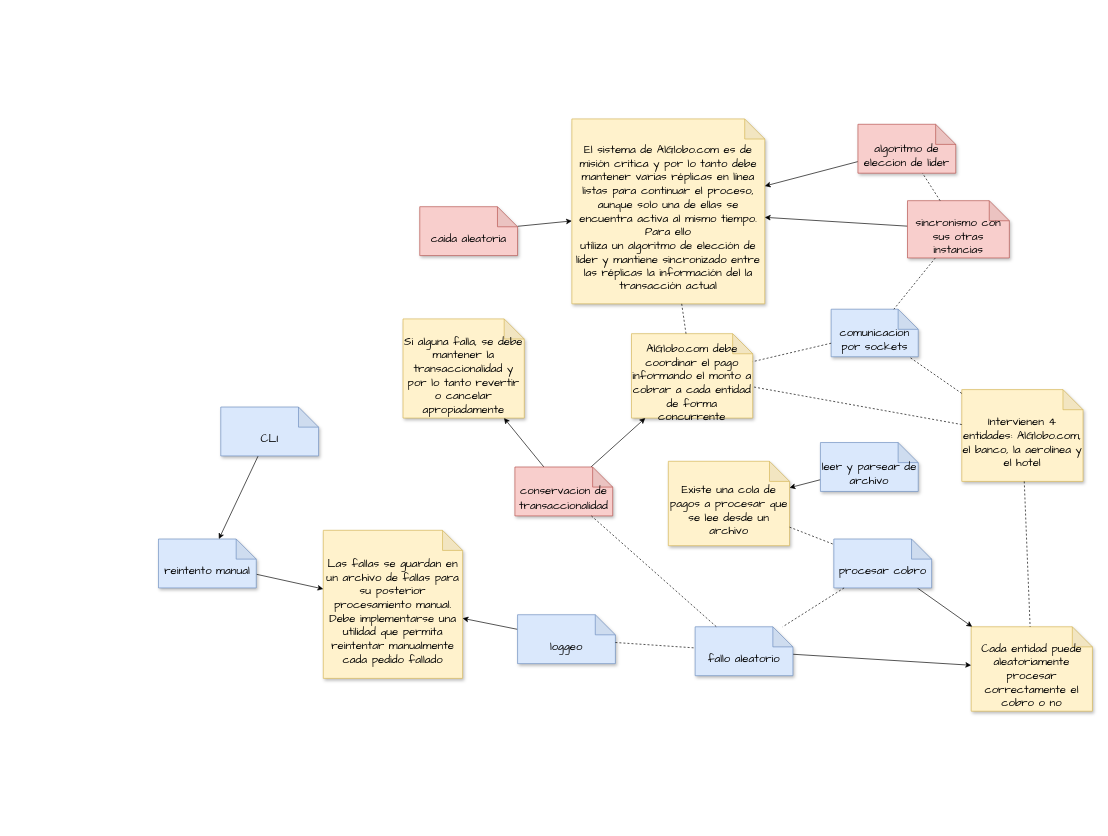
Earlier version of the draw.io diagram tp2 concurrentes.drawio (axelmpm/PARALELOPIPEDO_CONCURRENTES_TP2). Source tidied: cells renumbered, new cells numbered last; positions are measured from the earlier drawing's top-left corner, leaving out a move shared by most shapes. Both pictures are drawn from the tidied source at 67%, with x=0, y=0 at pixel (158, 119).
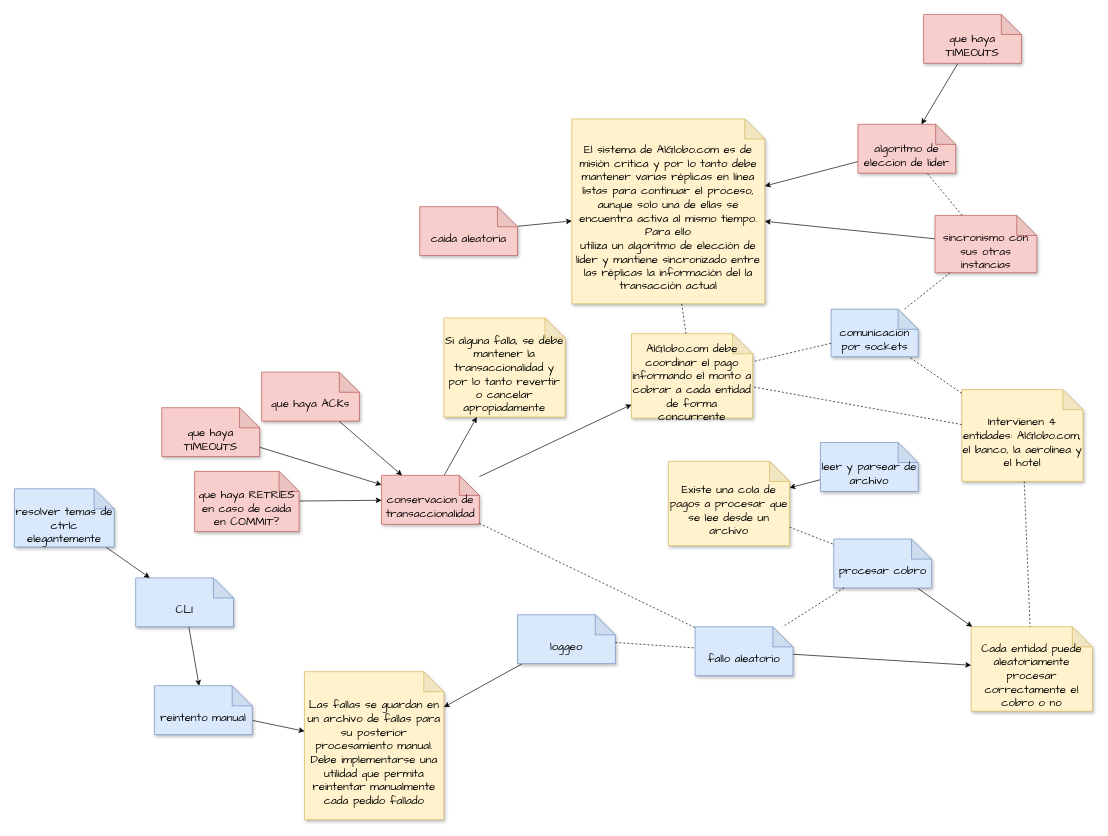
The same page after the edit.

Unchanged cells that the change refers to:
```xml
<mxCell id="29" value="&lt;font face=&quot;Comic Sans MS&quot; style=&quot;font-size: 17px&quot;&gt;&lt;br&gt;algoritmo de eleccion de lider&lt;/font&gt;" style="shape=note;whiteSpace=wrap;html=1;backgroundOutline=1;darkOpacity=0.05;shadow=1;sketch=0;fillColor=#f8cecc;strokeColor=#b85450;" parent="1" vertex="1">
  <mxGeometry x="1044" y="8" width="146" height="73" as="geometry" />
</mxCell>
```

Diff of the diagram source:
```diff
@@
     <mxCell id="6" value="&lt;font style=&quot;font-size: 17px&quot; face=&quot;Comic Sans MS&quot;&gt;&lt;font style=&quot;font-size: 17px&quot;&gt;&lt;font style=&quot;font-size: 17px&quot;&gt;&lt;font style=&quot;font-size: 17px&quot;&gt;&lt;br&gt;&lt;/font&gt;&lt;/font&gt;&lt;/font&gt;Si alguna falla, se debe mantener la transaccionalidad y por lo tanto revertir o cancelar apropiadamente&lt;/font&gt;&lt;font face=&quot;Comic Sans MS&quot; style=&quot;font-size: 17px&quot;&gt;&lt;br&gt;&lt;/font&gt;" style="shape=note;whiteSpace=wrap;html=1;backgroundOutline=1;darkOpacity=0.05;shadow=1;sketch=0;fillColor=#fff2cc;strokeColor=#d6b656;" parent="1" vertex="1">
-      <mxGeometry x="365" y="298.5" width="181" height="148" as="geometry" />
+      <mxGeometry x="426" y="297" width="181" height="148" as="geometry" />
     </mxCell>
     <mxCell id="7" value="&lt;font style=&quot;font-size: 17px&quot; face=&quot;Comic Sans MS&quot;&gt;&lt;font style=&quot;font-size: 17px&quot;&gt;&lt;font style=&quot;font-size: 17px&quot;&gt;&lt;font style=&quot;font-size: 17px&quot;&gt;&lt;font style=&quot;font-size: 17px&quot;&gt;&lt;font style=&quot;font-size: 17px&quot;&gt;&lt;br&gt;&lt;/font&gt;&lt;/font&gt;&lt;/font&gt;&lt;/font&gt;&lt;/font&gt;&lt;/font&gt;&lt;font style=&quot;font-size: 17px&quot; face=&quot;Comic Sans MS&quot;&gt;Las fallas se guardan en un archivo de fallas para su posterior &lt;br&gt;procesamiento manual. Debe implementarse una utilidad que permita &lt;br&gt;reintentar manualmente cada pedido fallado&lt;/font&gt;&lt;font face=&quot;Comic Sans MS&quot; style=&quot;font-size: 17px&quot;&gt;&lt;br&gt;&lt;/font&gt;" style="shape=note;whiteSpace=wrap;html=1;backgroundOutline=1;darkOpacity=0.05;shadow=1;sketch=0;fillColor=#fff2cc;strokeColor=#d6b656;" parent="1" vertex="1">
-      <mxGeometry x="246" y="614" width="208" height="221" as="geometry" />
+      <mxGeometry x="218" y="825" width="208" height="221" as="geometry" />
     </mxCell>
@@
     <mxCell id="19" value="&lt;font face=&quot;Comic Sans MS&quot; style=&quot;font-size: 17px&quot;&gt;&lt;br&gt;reintento manual&lt;br&gt;&lt;/font&gt;" style="shape=note;whiteSpace=wrap;html=1;backgroundOutline=1;darkOpacity=0.05;shadow=1;sketch=0;fillColor=#dae8fc;strokeColor=#6c8ebf;" parent="1" vertex="1">
-      <mxGeometry y="627" width="146" height="73" as="geometry" />
+      <mxGeometry x="-6" y="846" width="146" height="73" as="geometry" />
     </mxCell>
@@
     <mxCell id="22" value="&lt;font face=&quot;Comic Sans MS&quot; style=&quot;font-size: 17px&quot;&gt;&lt;br&gt;conservacion de transaccionalidad&lt;/font&gt;" style="shape=note;whiteSpace=wrap;html=1;backgroundOutline=1;darkOpacity=0.05;shadow=1;sketch=0;fillColor=#f8cecc;strokeColor=#b85450;" parent="1" vertex="1">
-      <mxGeometry x="532" y="519.5" width="146" height="73" as="geometry" />
+      <mxGeometry x="333" y="532" width="146" height="73" as="geometry" />
     </mxCell>
@@
     <mxCell id="31" value="&lt;font face=&quot;Comic Sans MS&quot; style=&quot;font-size: 17px&quot;&gt;&lt;br&gt;sincronismo con sus otras instancias&lt;/font&gt;" style="shape=note;whiteSpace=wrap;html=1;backgroundOutline=1;darkOpacity=0.05;shadow=1;sketch=0;fillColor=#f8cecc;strokeColor=#b85450;" parent="1" vertex="1">
-      <mxGeometry x="1118" y="122" width="152" height="85.5" as="geometry" />
+      <mxGeometry x="1159" y="144" width="152" height="85.5" as="geometry" />
     </mxCell>
@@
     <mxCell id="40" value="&lt;font face=&quot;Comic Sans MS&quot; style=&quot;font-size: 17px&quot;&gt;&lt;br&gt;CLI&lt;br&gt;&lt;/font&gt;" style="shape=note;whiteSpace=wrap;html=1;backgroundOutline=1;darkOpacity=0.05;shadow=1;sketch=0;fillColor=#dae8fc;strokeColor=#6c8ebf;" parent="1" vertex="1">
-      <mxGeometry x="93" y="430" width="146" height="73" as="geometry" />
+      <mxGeometry x="-34" y="685" width="146" height="73" as="geometry" />
     </mxCell>
@@
+    <mxCell id="42" style="edgeStyle=none;rounded=0;jettySize=auto;html=1;" parent="1" edge="1" source="43" target="22">
+      <mxGeometry relative="1" as="geometry" />
+    </mxCell>
+    <mxCell id="43" value="&lt;font face=&quot;Comic Sans MS&quot; style=&quot;font-size: 17px&quot;&gt;&lt;br&gt;que haya ACKs&lt;/font&gt;" style="shape=note;whiteSpace=wrap;html=1;backgroundOutline=1;darkOpacity=0.05;shadow=1;sketch=0;fillColor=#f8cecc;strokeColor=#b85450;" parent="1" vertex="1">
+      <mxGeometry x="154" y="378" width="146" height="73" as="geometry" />
+    </mxCell>
+    <mxCell id="44" style="rounded=0;jettySize=auto;html=1;" parent="1" edge="1" source="45" target="22">
+      <mxGeometry relative="1" as="geometry" />
+    </mxCell>
+    <mxCell id="45" value="&lt;font face=&quot;Comic Sans MS&quot; style=&quot;font-size: 17px&quot;&gt;&lt;br&gt;que haya TIMEOUTS&lt;/font&gt;" style="shape=note;whiteSpace=wrap;html=1;backgroundOutline=1;darkOpacity=0.05;shadow=1;sketch=0;fillColor=#f8cecc;strokeColor=#b85450;" parent="1" vertex="1">
+      <mxGeometry x="5" y="431" width="146" height="73" as="geometry" />
+    </mxCell>
+    <mxCell id="46" style="edgeStyle=none;rounded=0;jettySize=auto;html=1;" parent="1" edge="1" source="47" target="22">
+      <mxGeometry relative="1" as="geometry" />
+    </mxCell>
+    <mxCell id="47" value="&lt;font face=&quot;Comic Sans MS&quot; style=&quot;font-size: 17px&quot;&gt;&lt;br&gt;que haya RETRIES en caso de caida en COMMIT?&lt;/font&gt;" style="shape=note;whiteSpace=wrap;html=1;backgroundOutline=1;darkOpacity=0.05;shadow=1;sketch=0;fillColor=#f8cecc;strokeColor=#b85450;" parent="1" vertex="1">
+      <mxGeometry x="54" y="526" width="156" height="90" as="geometry" />
+    </mxCell>
+    <mxCell id="48" style="edgeStyle=none;rounded=0;jettySize=auto;html=1;" parent="1" edge="1" source="49" target="40">
+      <mxGeometry relative="1" as="geometry" />
+    </mxCell>
+    <mxCell id="49" value="&lt;font face=&quot;Comic Sans MS&quot; style=&quot;font-size: 17px&quot;&gt;&lt;br&gt;resolver temas de ctrlc elegantemente&lt;br&gt;&lt;/font&gt;" style="shape=note;whiteSpace=wrap;html=1;backgroundOutline=1;darkOpacity=0.05;shadow=1;sketch=0;fillColor=#dae8fc;strokeColor=#6c8ebf;" parent="1" vertex="1">
+      <mxGeometry x="-215" y="552" width="149" height="87" as="geometry" />
+    </mxCell>
+    <mxCell id="50" style="edgeStyle=none;rounded=0;jettySize=auto;html=1;" parent="1" edge="1" source="51" target="29">
+      <mxGeometry relative="1" as="geometry" />
+    </mxCell>
+    <mxCell id="51" value="&lt;font face=&quot;Comic Sans MS&quot; style=&quot;font-size: 17px&quot;&gt;&lt;br&gt;que haya TIMEOUTS&lt;/font&gt;" style="shape=note;whiteSpace=wrap;html=1;backgroundOutline=1;darkOpacity=0.05;shadow=1;sketch=0;fillColor=#f8cecc;strokeColor=#b85450;" parent="1" vertex="1">
+      <mxGeometry x="1142" y="-156" width="146" height="73" as="geometry" />
+    </mxCell>
```
